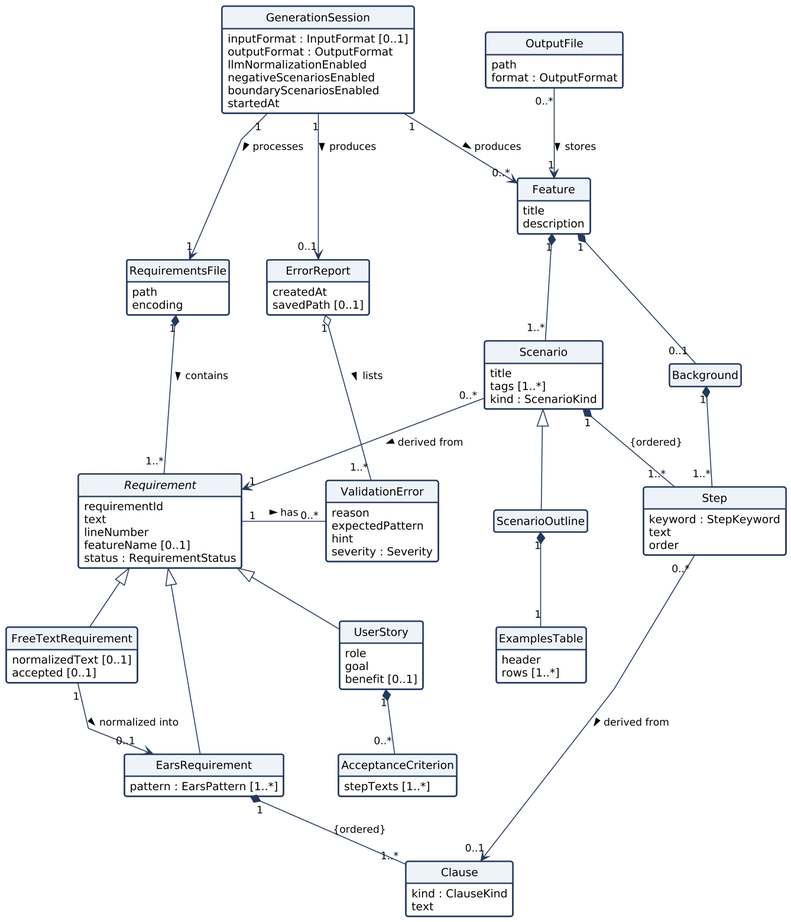
The PlantUML diagram docs/diagrams/domain.png in mrgedikli/Automated-Gherkin-and-BDD-Test-Scenario-Generator, before a commit. Its source is kept beside it as docs/diagrams/domain.puml. Its diagram source:
```plantuml
@startuml
!include skin.iuml
hide circle
hide methods
hide empty members
skinparam linetype polyline
skinparam nodesep 60
skinparam ranksep 55

class GenerationSession {
  inputFormat : InputFormat [0..1]
  outputFormat : OutputFormat
  llmNormalizationEnabled
  negativeScenariosEnabled
  boundaryScenariosEnabled
  startedAt
}
class RequirementsFile {
  path
  encoding
}
abstract class Requirement {
  requirementId
  text
  lineNumber
  featureName [0..1]
  status : RequirementStatus
}
class EarsRequirement {
  pattern : EarsPattern [1..*]
}
class Clause {
  kind : ClauseKind
  text
}
class UserStory {
  role
  goal
  benefit [0..1]
}
class AcceptanceCriterion {
  stepTexts [1..*]
}
class FreeTextRequirement {
  normalizedText [0..1]
  accepted [0..1]
}
class ValidationError {
  reason
  expectedPattern
  hint
  severity : Severity
}
class ErrorReport {
  createdAt
  savedPath [0..1]
}
class Feature {
  title
  description
}
class Background
class Scenario {
  title
  tags [1..*]
  kind : ScenarioKind
}
class ScenarioOutline
class ExamplesTable {
  header
  rows [1..*]
}
class Step {
  keyword : StepKeyword
  text
  order
}
class OutputFile {
  path
  format : OutputFormat
}

GenerationSession "1" --> "1" RequirementsFile : processes >
GenerationSession "1" --> "0..1" ErrorReport : produces >
GenerationSession "1" --> "0..*" Feature : produces >
RequirementsFile "1" *-- "1..*" Requirement : contains >
Requirement <|-- EarsRequirement
Requirement <|-- UserStory
Requirement <|-- FreeTextRequirement
EarsRequirement "1" *-- "1..*" Clause : {ordered}
UserStory "1" *-- "0..*" AcceptanceCriterion
FreeTextRequirement "1" --> "0..1" EarsRequirement : normalized into >
ValidationError "0..*" -left- "1" Requirement : < has
ErrorReport "1" o-- "1..*" ValidationError : lists >
Feature "1" *-- "0..1" Background
Feature "1" *-- "1..*" Scenario
Background "1" *-- "1..*" Step
Scenario "1" *-- "1..*" Step : {ordered}
Scenario <|-- ScenarioOutline
ScenarioOutline "1" *-- "1" ExamplesTable
Scenario "0..*" --> "1" Requirement : derived from >
Step "0..*" --> "0..1" Clause : derived from >
OutputFile "0..*" --> "1" Feature : stores >
@enduml
```
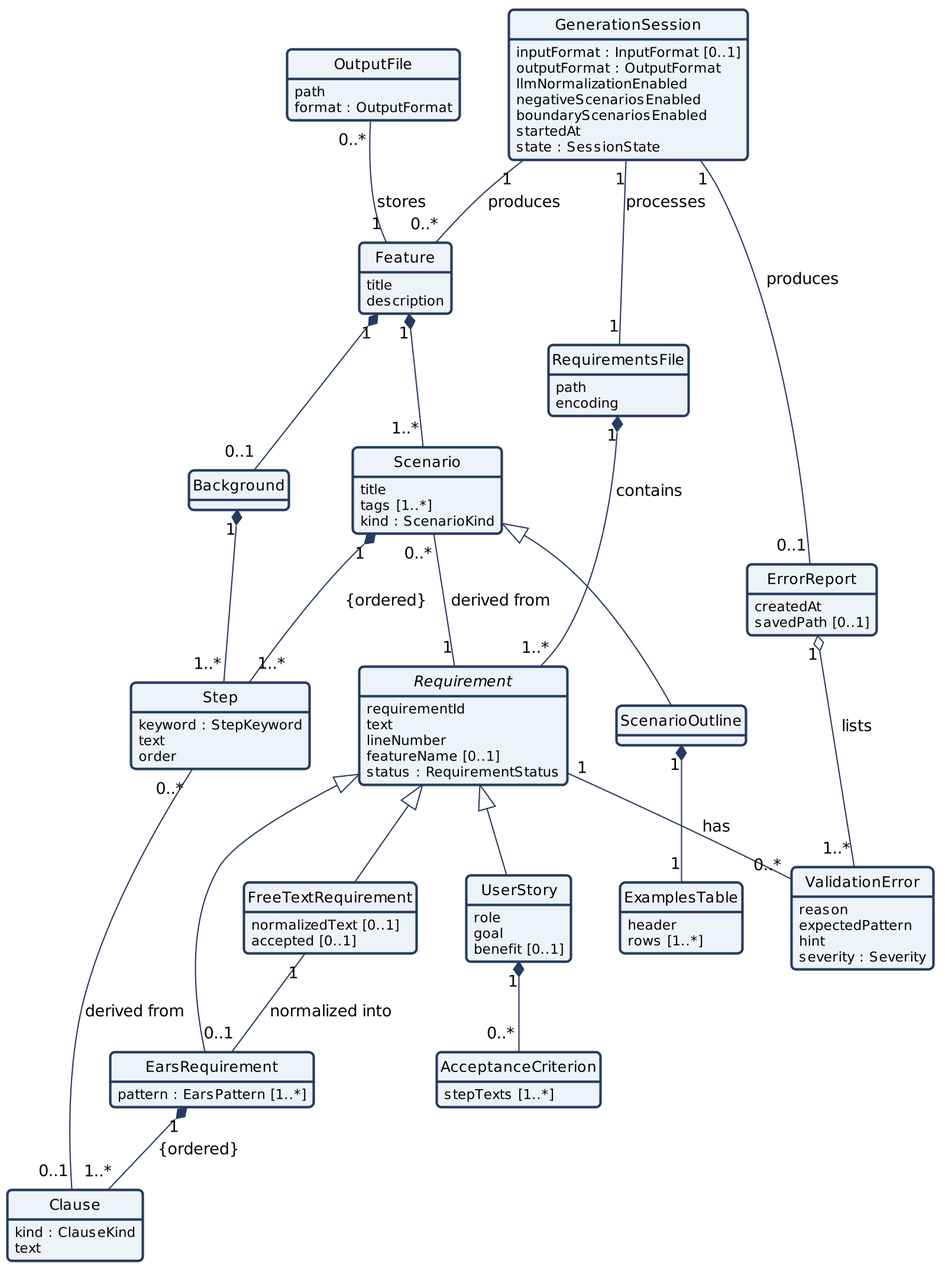
The same diagram one commit later.

What changed in the source:
```diff
@@ -2,19 +2,8 @@
 !include skin.iuml
 hide circle
 hide methods
-hide empty members
-skinparam linetype polyline
-skinparam nodesep 60
-skinparam ranksep 55
-
-class GenerationSession {
-  inputFormat : InputFormat [0..1]
-  outputFormat : OutputFormat
-  llmNormalizationEnabled
-  negativeScenariosEnabled
-  boundaryScenariosEnabled
-  startedAt
-}
+skinparam nodesep 40
+skinparam ranksep 50
 class RequirementsFile {
   path
   encoding
@@ -29,10 +18,6 @@
 class EarsRequirement {
   pattern : EarsPattern [1..*]
 }
-class Clause {
-  kind : ClauseKind
-  text
-}
 class UserStory {
   role
   goal
@@ -45,6 +30,10 @@
   normalizedText [0..1]
   accepted [0..1]
 }
+class Clause {
+  kind : ClauseKind
+  text
+}
 class ValidationError {
   reason
   expectedPattern
@@ -54,6 +43,15 @@
 class ErrorReport {
   createdAt
   savedPath [0..1]
+}
+class GenerationSession {
+  inputFormat : InputFormat [0..1]
+  outputFormat : OutputFormat
+  llmNormalizationEnabled
+  negativeScenariosEnabled
+  boundaryScenariosEnabled
+  startedAt
+  state : SessionState
 }
 class Feature {
   title
@@ -79,26 +77,25 @@
   path
   format : OutputFormat
 }
-
-GenerationSession "1" --> "1" RequirementsFile : processes >
-GenerationSession "1" --> "0..1" ErrorReport : produces >
-GenerationSession "1" --> "0..*" Feature : produces >
-RequirementsFile "1" *-- "1..*" Requirement : contains >
+RequirementsFile "1" *-- "1..*" Requirement : contains
 Requirement <|-- EarsRequirement
 Requirement <|-- UserStory
 Requirement <|-- FreeTextRequirement
+UserStory "1" *-- "0..*" AcceptanceCriterion
 EarsRequirement "1" *-- "1..*" Clause : {ordered}
-UserStory "1" *-- "0..*" AcceptanceCriterion
-FreeTextRequirement "1" --> "0..1" EarsRequirement : normalized into >
-ValidationError "0..*" -left- "1" Requirement : < has
-ErrorReport "1" o-- "1..*" ValidationError : lists >
+FreeTextRequirement "1" -- "0..1" EarsRequirement : normalized into
+Requirement "1" -- "0..*" ValidationError : has
+ErrorReport "1" o-- "1..*" ValidationError : lists
+GenerationSession "1" -- "1" RequirementsFile : processes
+GenerationSession "1" -- "0..1" ErrorReport : produces
+GenerationSession "1" -- "0..*" Feature : produces
+Feature "1" *-- "1..*" Scenario
 Feature "1" *-- "0..1" Background
-Feature "1" *-- "1..*" Scenario
-Background "1" *-- "1..*" Step
-Scenario "1" *-- "1..*" Step : {ordered}
 Scenario <|-- ScenarioOutline
 ScenarioOutline "1" *-- "1" ExamplesTable
-Scenario "0..*" --> "1" Requirement : derived from >
-Step "0..*" --> "0..1" Clause : derived from >
-OutputFile "0..*" --> "1" Feature : stores >
+Scenario "1" *-- "1..*" Step : {ordered}
+Background "1" *-- "1..*" Step
+Scenario "0..*" -- "1" Requirement : derived from
+Step "0..*" -- "0..1" Clause : derived from
+OutputFile "0..*" -- "1" Feature : stores
 @enduml
```
